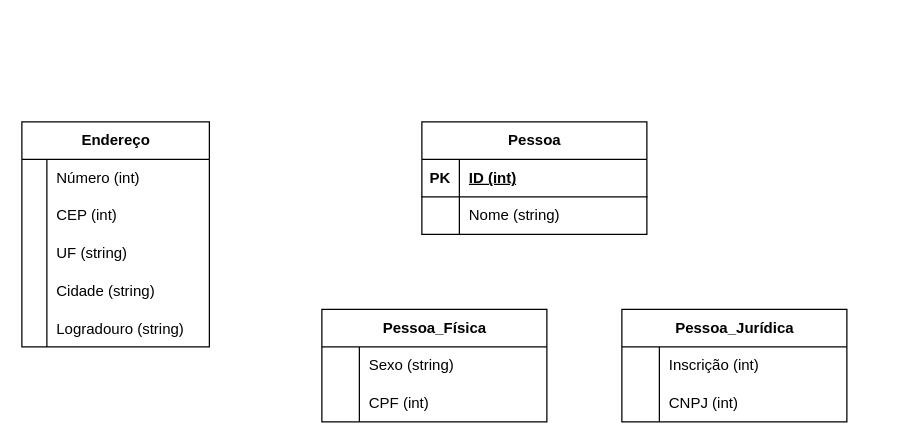
The draw.io diagram Diagrama sem nome.drawio in NateInterloper/mdc053, before the edit. Source tidied: cells renumbered, new cells numbered last; positions are measured from the earlier drawing's top-left corner, leaving out a move shared by most shapes. Both pictures are drawn from the tidied source at 125%, with x=0, y=0 at pixel (21, 121).
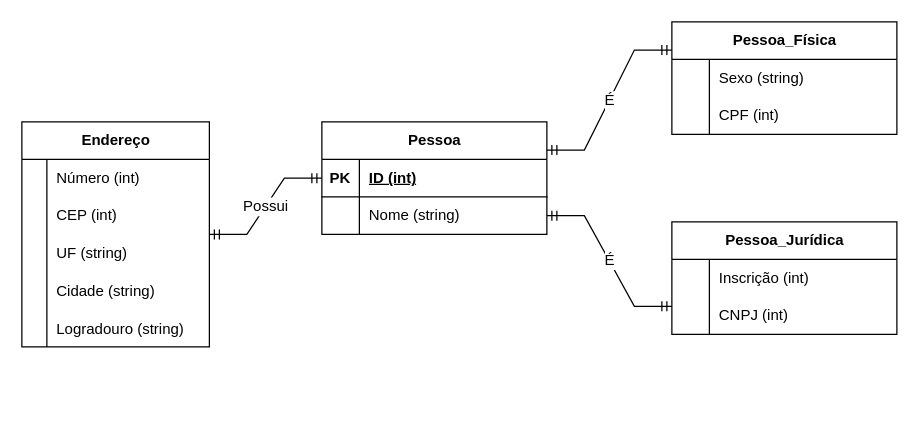
Above is the later version.

Unchanged cells that the change refers to:
```xml
<mxCell id="6" style="shape=tableRow;horizontal=0;startSize=0;swimlaneHead=0;swimlaneBody=0;fillColor=none;points=[[0,0.5],[1,0.5]];portConstraint=eastwest;top=0;left=0;right=0;bottom=0;" parent="2" vertex="1">
  <mxGeometry y="60" width="180" height="30" as="geometry" />
</mxCell>
<mxCell id="9" value="Endereço" style="shape=table;startSize=30;childLayout=tableLayout;rowLines=0;fontStyle=1;align=center;html=1;" parent="1" vertex="1">
  <mxGeometry width="150" height="180" as="geometry" />
</mxCell>
```

The edit, as a diff of the source:
```diff
@@
     <mxCell id="2" value="Pessoa" style="shape=table;startSize=30;childLayout=tableLayout;rowLines=0;fontStyle=1;align=center;html=1;" parent="1" vertex="1">
-      <mxGeometry x="320" width="180" height="90" as="geometry" />
+      <mxGeometry x="240" width="180" height="90" as="geometry" />
     </mxCell>
@@
     <mxCell id="25" value="Pessoa_Física" style="shape=table;startSize=30;childLayout=tableLayout;rowLines=0;fontStyle=1;align=center;html=1;" parent="1" vertex="1">
-      <mxGeometry x="240" y="150" width="180" height="90" as="geometry" />
+      <mxGeometry x="520" y="-80" width="180" height="90" as="geometry" />
     </mxCell>
@@
     <mxCell id="32" value="Pessoa_Jurídica" style="shape=table;startSize=30;childLayout=tableLayout;rowLines=0;fontStyle=1;align=center;html=1;" parent="1" vertex="1">
-      <mxGeometry x="480" y="150" width="180" height="90" as="geometry" />
+      <mxGeometry x="520" y="80" width="180" height="90" as="geometry" />
     </mxCell>
@@
+    <mxCell id="39" value="Possui" style="edgeStyle=entityRelationEdgeStyle;fontSize=12;html=1;endArrow=ERmandOne;startArrow=ERmandOne;rounded=0;" parent="1" edge="1" source="9" target="2">
+      <mxGeometry relative="1" as="geometry" />
+    </mxCell>
+    <mxCell id="40" value="É" style="edgeStyle=entityRelationEdgeStyle;fontSize=12;html=1;endArrow=ERmandOne;startArrow=ERmandOne;rounded=0;entryX=1;entryY=0.25;entryDx=0;entryDy=0;exitX=0;exitY=0.25;exitDx=0;exitDy=0;" parent="1" edge="1" source="25" target="2">
+      <mxGeometry relative="1" as="geometry" />
+    </mxCell>
+    <mxCell id="41" value="É" style="edgeStyle=entityRelationEdgeStyle;fontSize=12;html=1;endArrow=ERmandOne;startArrow=ERmandOne;rounded=0;entryX=0;entryY=0.75;entryDx=0;entryDy=0;exitX=1;exitY=0.5;exitDx=0;exitDy=0;" parent="1" edge="1" source="6" target="32">
+      <mxGeometry relative="1" as="geometry" />
+    </mxCell>
```
